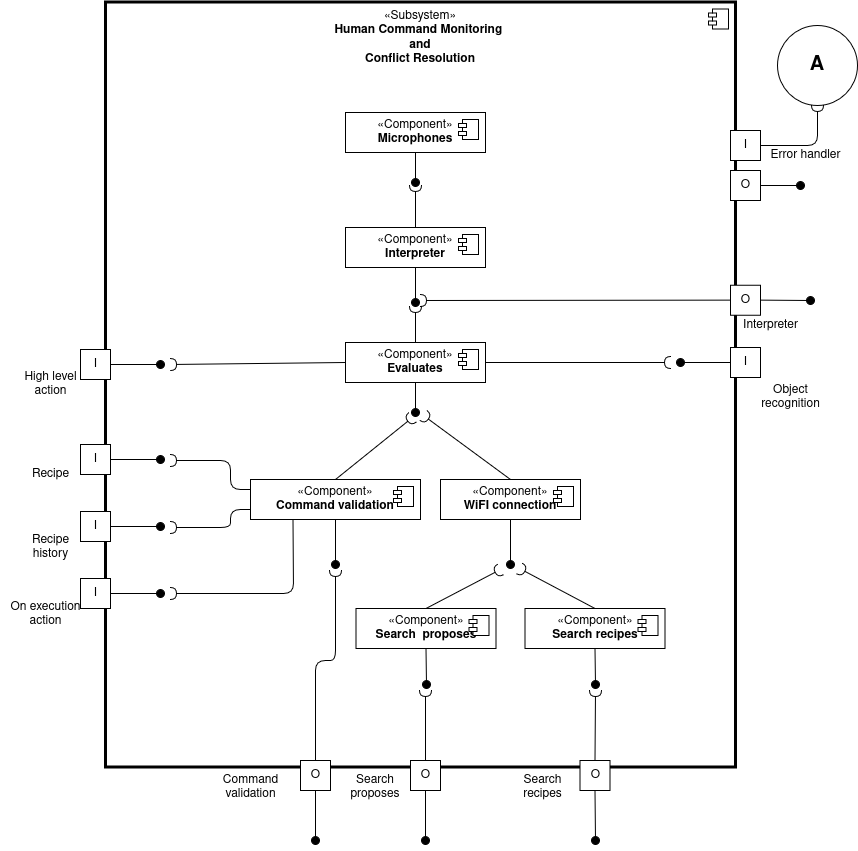
Before: docs/source/_static/human_command.png, a diagram exported from draw.io (AlessandroMangili/Assignment_Cogar_group_I). Source tidied: cells renumbered, new cells last; positions are measured from the earlier drawing's top-left corner, leaving out a move shared by most shapes.
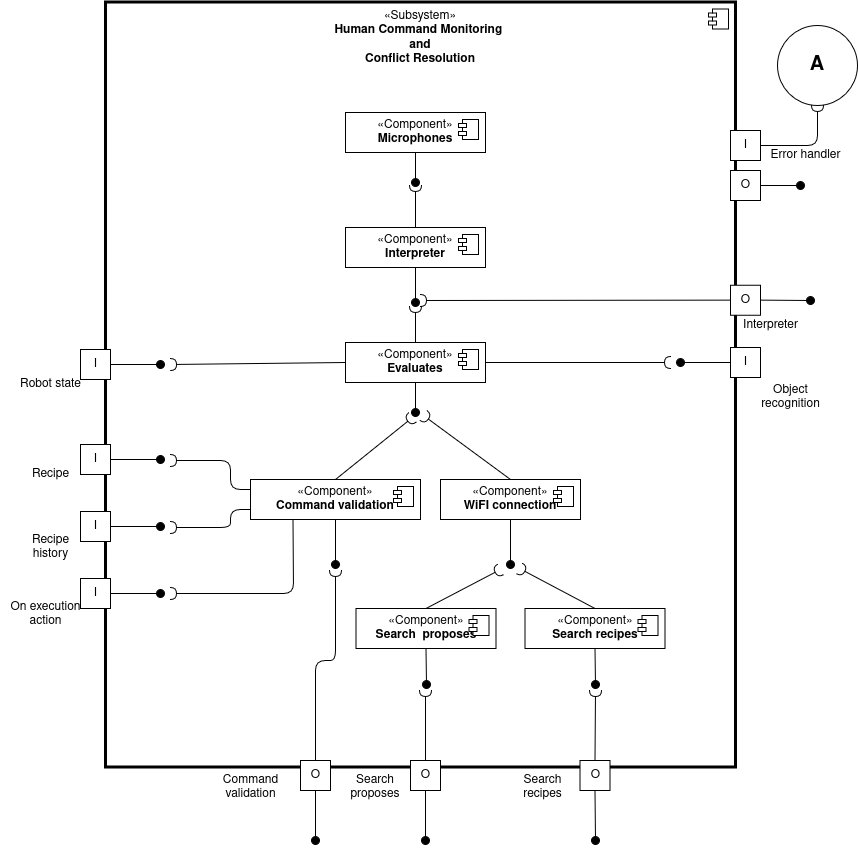
The same diagram one commit later.

Diff of the diagram source:
```diff
@@ -302,8 +302,8 @@
     <mxCell id="68" value="Object&lt;div&gt;recognition&lt;/div&gt;" style="text;html=1;align=center;verticalAlign=middle;strokeColor=none;fillColor=none;" parent="1" vertex="1">
       <mxGeometry x="750" y="375" width="80" height="40" as="geometry" />
     </mxCell>
-    <mxCell id="69" value="&lt;div&gt;High level&lt;/div&gt;&lt;div&gt;action&lt;/div&gt;" style="text;html=1;align=center;verticalAlign=middle;strokeColor=none;fillColor=none;" parent="1" vertex="1">
-      <mxGeometry x="10" y="362" width="80" height="40" as="geometry" />
+    <mxCell id="69" value="Robot state" style="text;html=1;align=center;verticalAlign=middle;strokeColor=none;fillColor=none;" parent="1" vertex="1">
+      <mxGeometry x="10" y="367" width="80" height="30" as="geometry" />
     </mxCell>
     <mxCell id="70" value="Recipe" style="text;html=1;align=center;verticalAlign=middle;strokeColor=none;fillColor=none;" parent="1" vertex="1">
       <mxGeometry x="20" y="457" width="60" height="30" as="geometry" />
```
